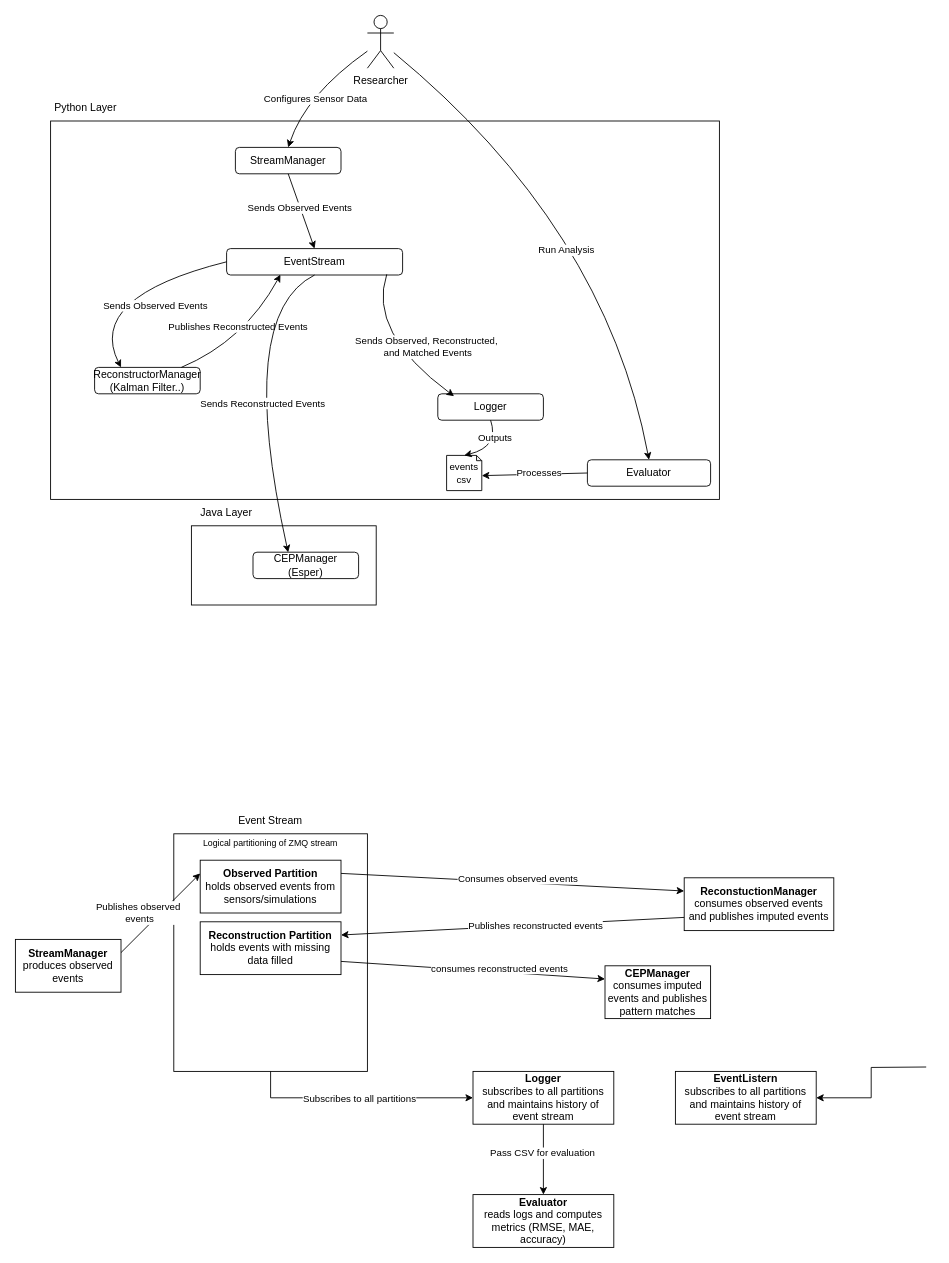
ssm-lab/sots_cep keeps this draw.io diagram as docs/architecture diagrams/Architectural Diagrams.drawio. Above is the earlier version. Source tidied: cells renumbered, new cells numbered last; positions are measured from the earlier drawing's top-left corner, leaving out a move shared by most shapes. Both pictures are drawn from the tidied source at 88%, with x=0, y=0 at pixel (15, 15).
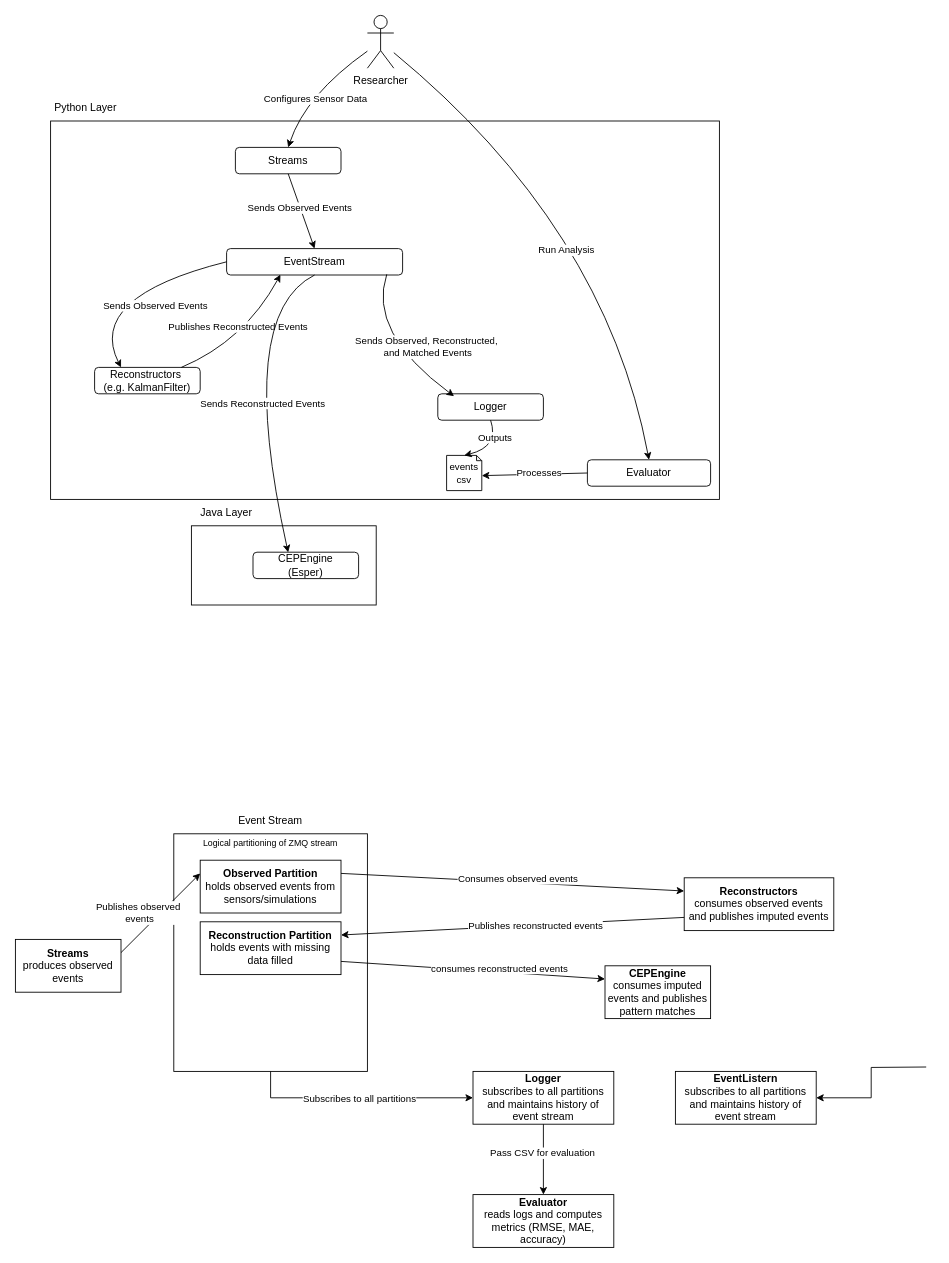
The same page after the edit.

Diff of the diagram source:
```diff
@@
-    <mxCell id="9" value="StreamManager" style="rounded=1;whiteSpace=wrap;html=1;" parent="1" vertex="1">
+    <mxCell id="9" value="Streams" style="rounded=1;whiteSpace=wrap;html=1;" parent="1" vertex="1">
       <mxGeometry x="250" y="150" width="120" height="30" as="geometry" />
     </mxCell>
-    <mxCell id="10" value="ReconstructorManager (Kalman Filter..)" style="rounded=1;whiteSpace=wrap;html=1;" parent="1" vertex="1">
+    <mxCell id="10" value="Reconstructors&amp;nbsp;&lt;div&gt;(e.g. KalmanFilter)&lt;/div&gt;" style="rounded=1;whiteSpace=wrap;html=1;" parent="1" vertex="1">
       <mxGeometry x="90" y="400" width="120" height="30" as="geometry" />
     </mxCell>
@@
-    <mxCell id="17" value="CEPManager&lt;div&gt;(Esper)&lt;/div&gt;" style="rounded=1;whiteSpace=wrap;html=1;" parent="1" vertex="1">
+    <mxCell id="17" value="CEPEngine&lt;div&gt;(Esper)&lt;/div&gt;" style="rounded=1;whiteSpace=wrap;html=1;" parent="1" vertex="1">
       <mxGeometry x="270" y="610" width="120" height="30" as="geometry" />
     </mxCell>
@@
-    <mxCell id="33" value="&lt;b&gt;StreamManager&lt;/b&gt;&lt;div&gt;&lt;div&gt;produces observed events&lt;/div&gt;&lt;/div&gt;" style="rounded=0;whiteSpace=wrap;html=1;" parent="1" vertex="1">
+    <mxCell id="33" value="&lt;b&gt;Streams&lt;/b&gt;&lt;div&gt;&lt;div&gt;produces observed events&lt;/div&gt;&lt;/div&gt;" style="rounded=0;whiteSpace=wrap;html=1;" parent="1" vertex="1">
       <mxGeometry y="1050" width="120" height="60" as="geometry" />
     </mxCell>
@@
-    <mxCell id="37" value="&lt;b&gt;ReconstuctionManager&lt;/b&gt;&lt;div&gt;consumes observed events and publishes imputed events&lt;/div&gt;" style="rounded=0;whiteSpace=wrap;html=1;" parent="1" vertex="1">
+    <mxCell id="37" value="&lt;b&gt;Reconstructors&lt;/b&gt;&lt;div&gt;consumes observed events and publishes imputed events&lt;/div&gt;" style="rounded=0;whiteSpace=wrap;html=1;" parent="1" vertex="1">
       <mxGeometry x="760" y="980" width="170" height="60" as="geometry" />
     </mxCell>
-    <mxCell id="38" value="&lt;b&gt;CEPManager&lt;/b&gt;&lt;div&gt;consumes imputed events and publishes pattern matches&lt;/div&gt;" style="rounded=0;whiteSpace=wrap;html=1;" parent="1" vertex="1">
+    <mxCell id="38" value="&lt;b&gt;CEPEngine&lt;/b&gt;&lt;div&gt;consumes imputed events and publishes pattern matches&lt;/div&gt;" style="rounded=0;whiteSpace=wrap;html=1;" parent="1" vertex="1">
       <mxGeometry x="670" y="1080" width="120" height="60" as="geometry" />
     </mxCell>
```
